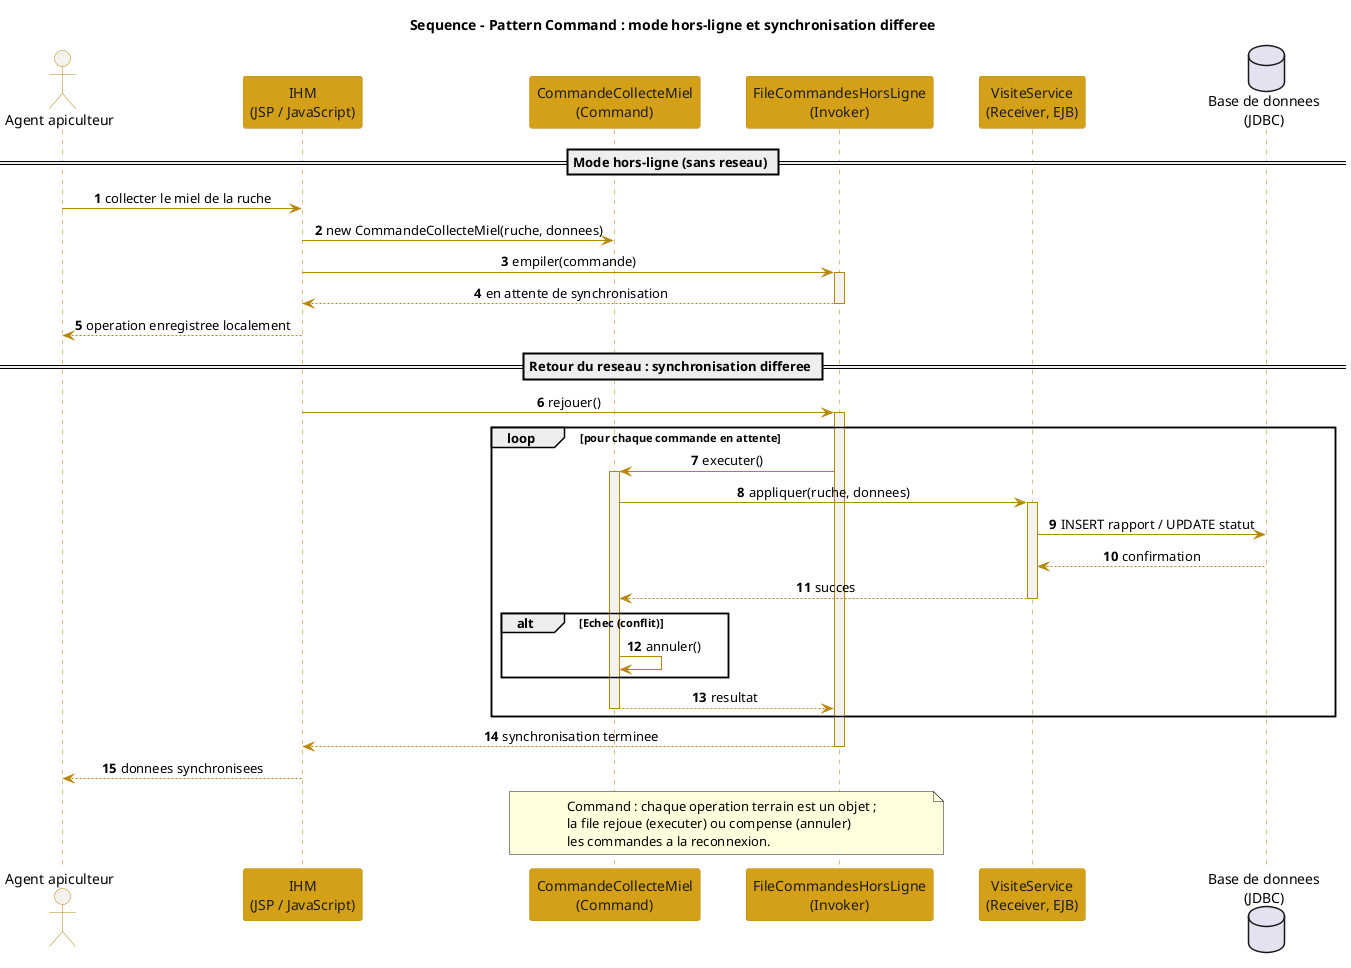
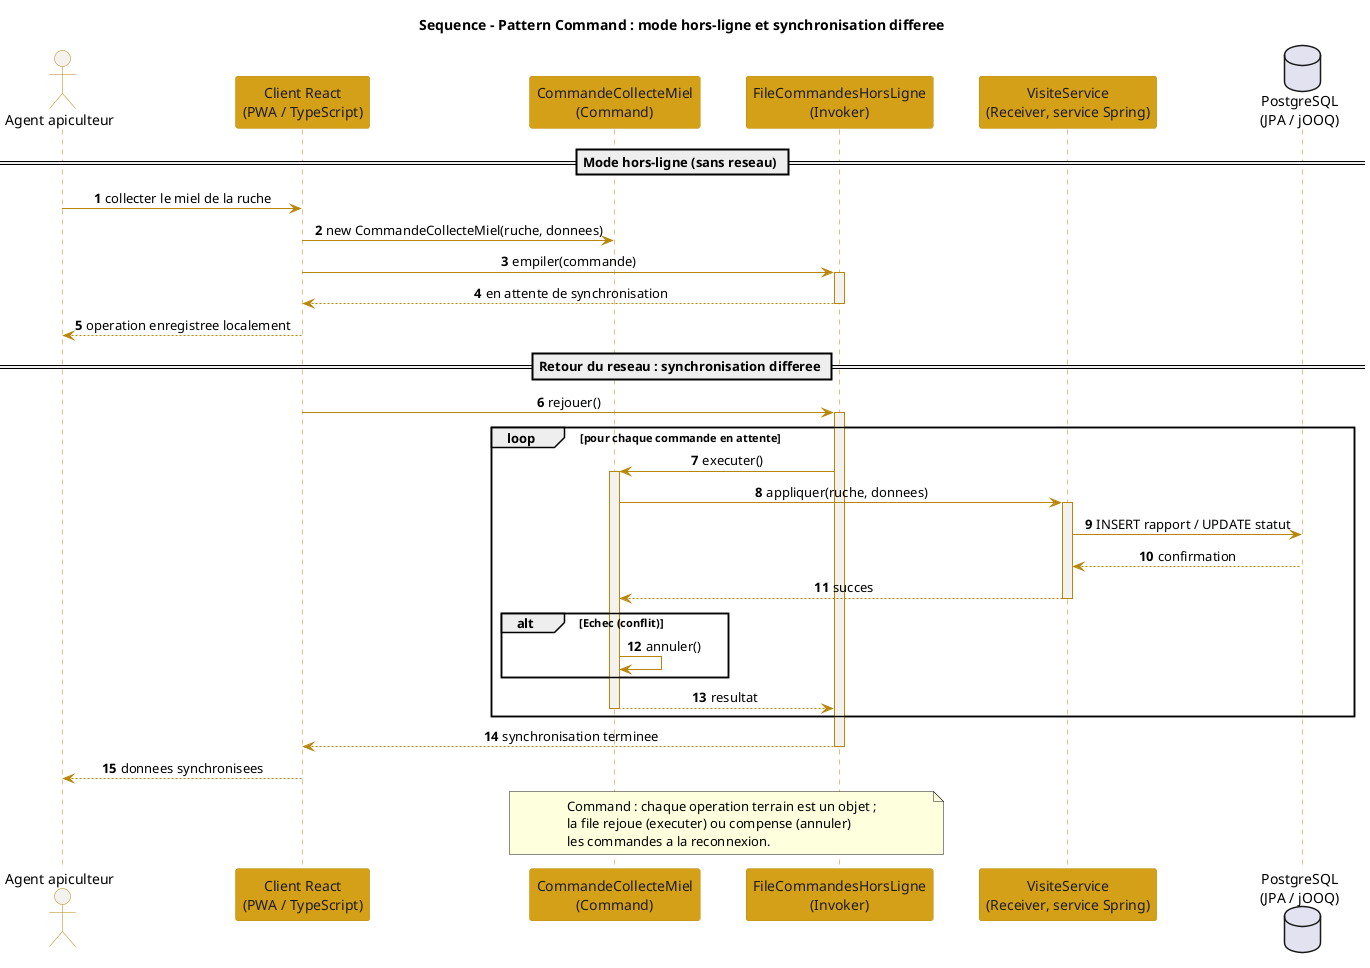
@startuml diagramme_sequence_command
' Diagramme de sequence - Pattern Command : mode hors-ligne et synchronisation differee
skinparam shadowing false
skinparam sequenceMessageAlign center
skinparam ParticipantPadding 18
skinparam BoxPadding 12
skinparam sequence {
  ArrowColor #B8860B
  LifeLineBorderColor #B8860B
  LifeLineBackgroundColor #F3F2EE
  ParticipantBorderColor #B8860B
  ParticipantBackgroundColor #D4A017
  ParticipantFontColor #1C1C1C
  ActorBorderColor #B8860B
  ActorBackgroundColor #F3F2EE
}
title Sequence - Pattern Command : mode hors-ligne et synchronisation differee

actor "Agent apiculteur" as Agent
- participant "IHM\n(JSP / JavaScript)" as IHM
+ participant "Client React\n(PWA / TypeScript)" as IHM
participant "CommandeCollecteMiel\n(Command)" as Cmd
participant "FileCommandesHorsLigne\n(Invoker)" as File
- participant "VisiteService\n(Receiver, EJB)" as EJB
- database "Base de donnees\n(JDBC)" as BD
+ participant "VisiteService\n(Receiver, service Spring)" as Svc
+ database "PostgreSQL\n(JPA / jOOQ)" as BD

autonumber

== Mode hors-ligne (sans reseau) ==
Agent -> IHM : collecter le miel de la ruche
IHM -> Cmd : new CommandeCollecteMiel(ruche, donnees)
IHM -> File : empiler(commande)
activate File
File --> IHM : en attente de synchronisation
deactivate File
IHM --> Agent : operation enregistree localement

== Retour du reseau : synchronisation differee ==
IHM -> File : rejouer()
activate File
loop pour chaque commande en attente
  File -> Cmd : executer()
  activate Cmd
-   Cmd -> EJB : appliquer(ruche, donnees)
-   activate EJB
-   EJB -> BD : INSERT rapport / UPDATE statut
-   BD --> EJB : confirmation
-   EJB --> Cmd : succes
-   deactivate EJB
+   Cmd -> Svc : appliquer(ruche, donnees)
+   activate Svc
+   Svc -> BD : INSERT rapport / UPDATE statut
+   BD --> Svc : confirmation
+   Svc --> Cmd : succes
+   deactivate Svc
  alt Echec (conflit)
    Cmd -> Cmd : annuler()
  end
  Cmd --> File : resultat
  deactivate Cmd
end
File --> IHM : synchronisation terminee
deactivate File
IHM --> Agent : donnees synchronisees

note over Cmd, File
  Command : chaque operation terrain est un objet ;
  la file rejoue (executer) ou compense (annuler)
  les commandes a la reconnexion.
end note

@enduml
